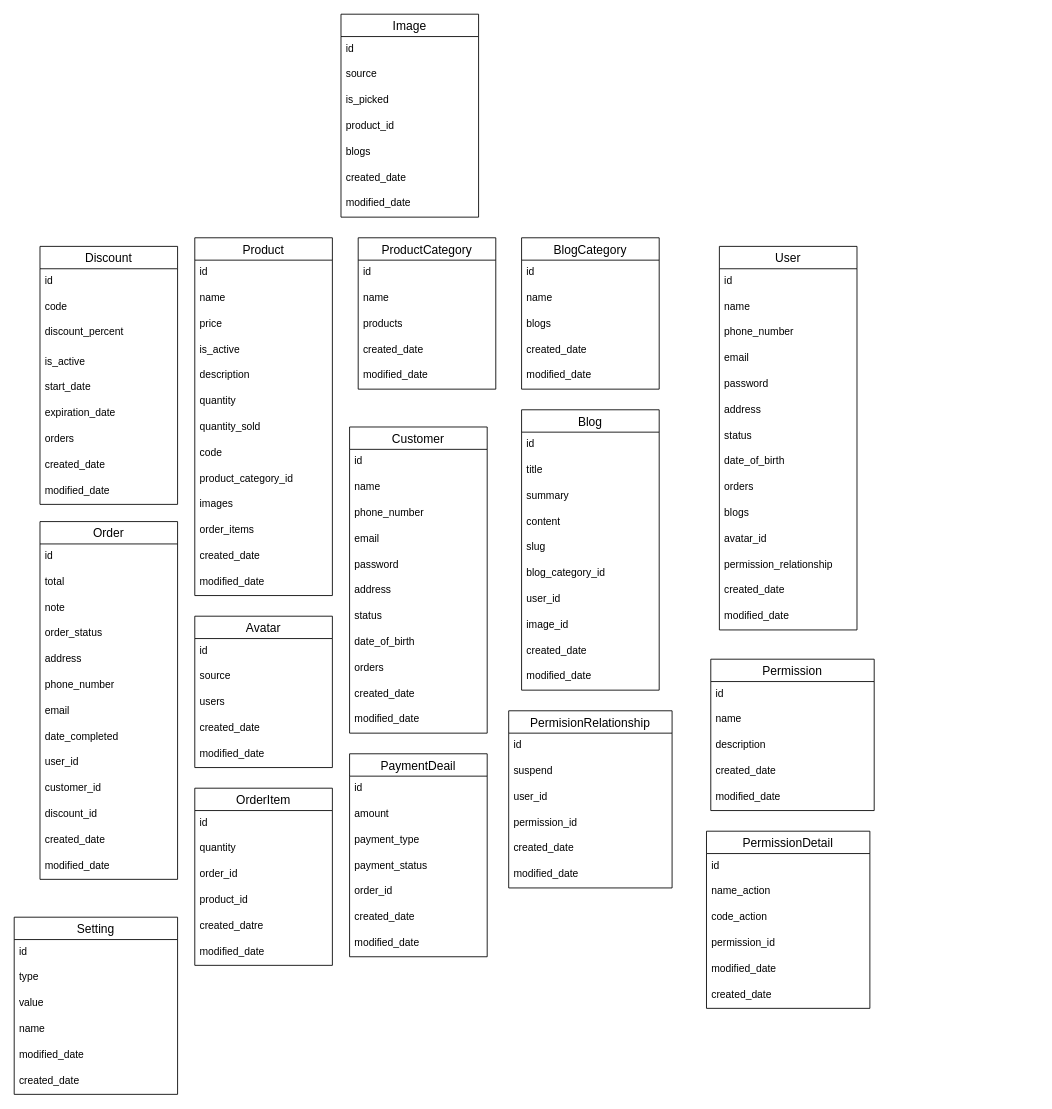
Earlier version of the draw.io diagram DB web bán hàng.drawio (HienVanNguyen0408/DoAnTotNghiep). Source tidied: cells renumbered, new cells numbered last; positions are measured from the earlier drawing's top-left corner, leaving out a move shared by most shapes. Both pictures are drawn from the tidied source at 86%, with x=0, y=0 at pixel (14, 14).
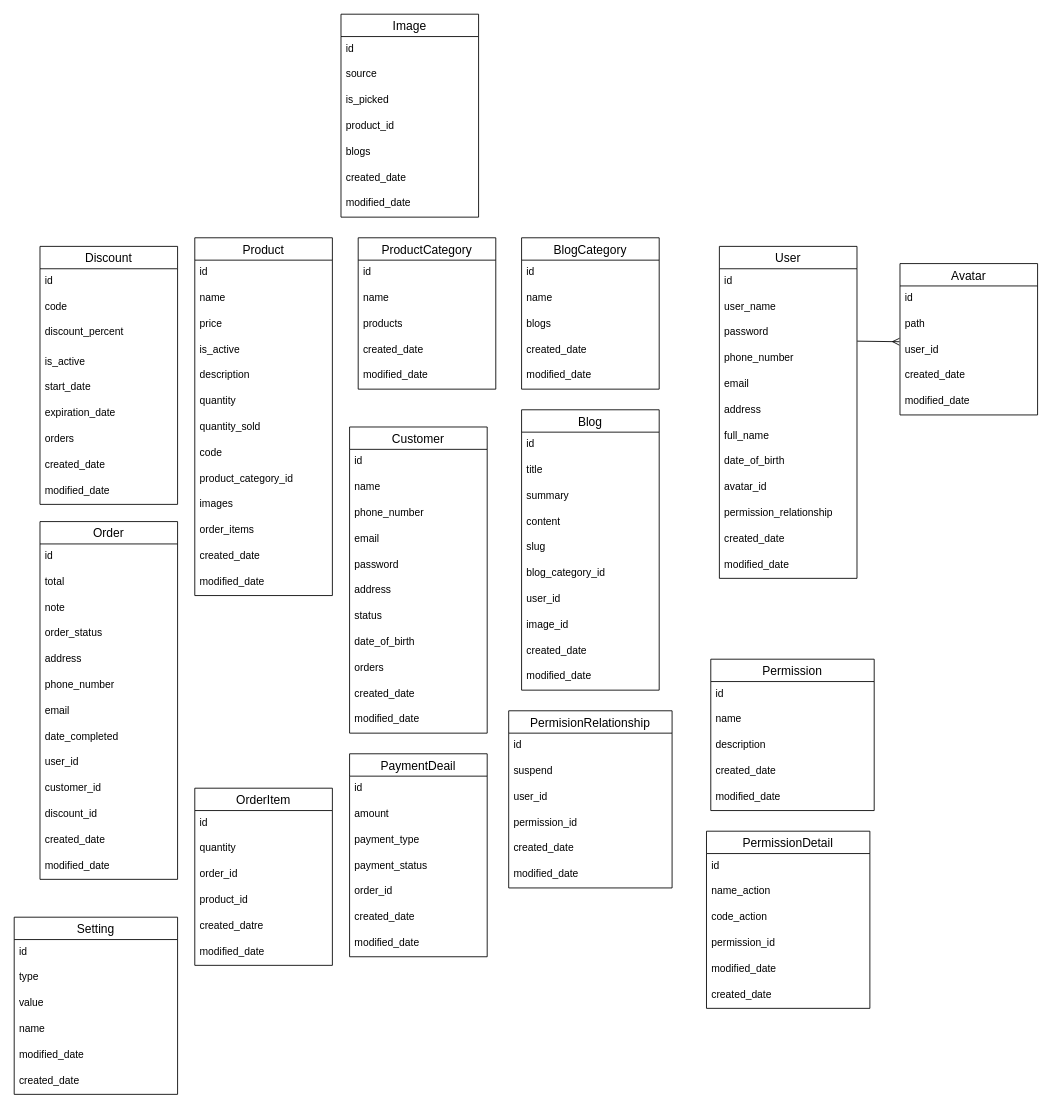
The same page after the edit.

What changed in the source:
```diff
@@
     <mxCell id="69" value="Avatar" style="swimlane;fontStyle=0;horizontal=1;startSize=26;align=center;fontSize=14;" parent="1" vertex="1">
-      <mxGeometry x="210" y="700" width="160" height="176" as="geometry" />
+      <mxGeometry x="1030" y="290" width="160" height="176" as="geometry" />
     </mxCell>
@@
-    <mxCell id="71" value="source    " style="text;strokeColor=none;fillColor=none;spacingLeft=4;spacingRight=4;overflow=hidden;fontSize=12;" parent="69" vertex="1">
+    <mxCell id="71" value="path" style="text;strokeColor=none;fillColor=none;spacingLeft=4;spacingRight=4;overflow=hidden;fontSize=12;" parent="69" vertex="1">
       <mxGeometry y="56" width="160" height="30" as="geometry" />
     </mxCell>
-    <mxCell id="72" value="users" style="text;strokeColor=none;fillColor=none;spacingLeft=4;spacingRight=4;overflow=hidden;fontSize=12;" parent="69" vertex="1">
-      <mxGeometry y="86" width="160" height="30" as="geometry" />
-    </mxCell>
+    <mxCell id="146" value="user_id" style="text;strokeColor=none;fillColor=none;spacingLeft=4;spacingRight=4;overflow=hidden;points=[[0,0.5],[1,0.5]];portConstraint=eastwest;fontSize=12;" parent="69" vertex="1">
+      <mxGeometry y="86" width="160" height="30" as="geometry" />
+    </mxCell>
@@
     <mxCell id="75" value="User" style="swimlane;fontStyle=0;horizontal=1;startSize=26;align=center;fontSize=14;" parent="1" vertex="1">
-      <mxGeometry x="820" y="270" width="160" height="446" as="geometry" />
+      <mxGeometry x="820" y="270" width="160" height="386" as="geometry" />
     </mxCell>
@@
-    <mxCell id="77" value="name" style="text;strokeColor=none;fillColor=none;spacingLeft=4;spacingRight=4;overflow=hidden;fontSize=12;" parent="75" vertex="1">
+    <mxCell id="77" value="user_name" style="text;strokeColor=none;fillColor=none;spacingLeft=4;spacingRight=4;overflow=hidden;fontSize=12;" parent="75" vertex="1">
       <mxGeometry y="56" width="160" height="30" as="geometry" />
     </mxCell>
+    <mxCell id="80" value="password" style="text;strokeColor=none;fillColor=none;spacingLeft=4;spacingRight=4;overflow=hidden;points=[[0,0.5],[1,0.5]];portConstraint=eastwest;fontSize=12;" parent="75" vertex="1">
+      <mxGeometry y="86" width="160" height="30" as="geometry" />
+    </mxCell>
     <mxCell id="78" value="phone_number" style="text;strokeColor=none;fillColor=none;spacingLeft=4;spacingRight=4;overflow=hidden;fontSize=12;" parent="75" vertex="1">
-      <mxGeometry y="86" width="160" height="30" as="geometry" />
+      <mxGeometry y="116" width="160" height="30" as="geometry" />
     </mxCell>
     <mxCell id="79" value="email" style="text;strokeColor=none;fillColor=none;spacingLeft=4;spacingRight=4;overflow=hidden;fontSize=12;" parent="75" vertex="1">
-      <mxGeometry y="116" width="160" height="30" as="geometry" />
+      <mxGeometry y="146" width="160" height="30" as="geometry" />
     </mxCell>
-    <mxCell id="80" value="password" style="text;strokeColor=none;fillColor=none;spacingLeft=4;spacingRight=4;overflow=hidden;points=[[0,0.5],[1,0.5]];portConstraint=eastwest;fontSize=12;" parent="75" vertex="1">
-      <mxGeometry y="146" width="160" height="30" as="geometry" />
-    </mxCell>
@@
-    <mxCell id="82" value="status" style="text;strokeColor=none;fillColor=none;spacingLeft=4;spacingRight=4;overflow=hidden;fontSize=12;" parent="75" vertex="1">
+    <mxCell id="82" value="full_name" style="text;strokeColor=none;fillColor=none;spacingLeft=4;spacingRight=4;overflow=hidden;fontSize=12;" parent="75" vertex="1">
       <mxGeometry y="206" width="160" height="30" as="geometry" />
     </mxCell>
@@
-    <mxCell id="84" value="orders" style="text;strokeColor=none;fillColor=none;spacingLeft=4;spacingRight=4;overflow=hidden;fontSize=12;" parent="75" vertex="1">
-      <mxGeometry y="266" width="160" height="30" as="geometry" />
-    </mxCell>
-    <mxCell id="85" value="blogs" style="text;strokeColor=none;fillColor=none;spacingLeft=4;spacingRight=4;overflow=hidden;fontSize=12;" parent="75" vertex="1">
-      <mxGeometry y="296" width="160" height="30" as="geometry" />
-    </mxCell>
     <mxCell id="86" value="avatar_id" style="text;strokeColor=none;fillColor=none;spacingLeft=4;spacingRight=4;overflow=hidden;fontSize=12;" parent="75" vertex="1">
-      <mxGeometry y="326" width="160" height="30" as="geometry" />
+      <mxGeometry y="266" width="160" height="30" as="geometry" />
     </mxCell>
     <mxCell id="87" value="permission_relationship" style="text;strokeColor=none;fillColor=none;spacingLeft=4;spacingRight=4;overflow=hidden;fontSize=12;" parent="75" vertex="1">
-      <mxGeometry y="356" width="160" height="30" as="geometry" />
+      <mxGeometry y="296" width="160" height="30" as="geometry" />
     </mxCell>
     <mxCell id="88" value="created_date" style="text;strokeColor=none;fillColor=none;spacingLeft=4;spacingRight=4;overflow=hidden;fontSize=12;" parent="75" vertex="1">
-      <mxGeometry y="386" width="160" height="30" as="geometry" />
+      <mxGeometry y="326" width="160" height="30" as="geometry" />
     </mxCell>
     <mxCell id="89" value="modified_date" style="text;strokeColor=none;fillColor=none;spacingLeft=4;spacingRight=4;overflow=hidden;fontSize=12;" parent="75" vertex="1">
-      <mxGeometry y="416" width="160" height="30" as="geometry" />
+      <mxGeometry y="356" width="160" height="30" as="geometry" />
     </mxCell>
@@
+    <mxCell id="147" style="fontSize=12;html=1;endArrow=ERmany;rounded=0;entryX=-0.004;entryY=0.162;entryDx=0;entryDy=0;entryPerimeter=0;exitX=1.002;exitY=0.806;exitDx=0;exitDy=0;exitPerimeter=0;" parent="1" edge="1" source="80" target="146">
+      <mxGeometry relative="1" as="geometry" />
+    </mxCell>
```
